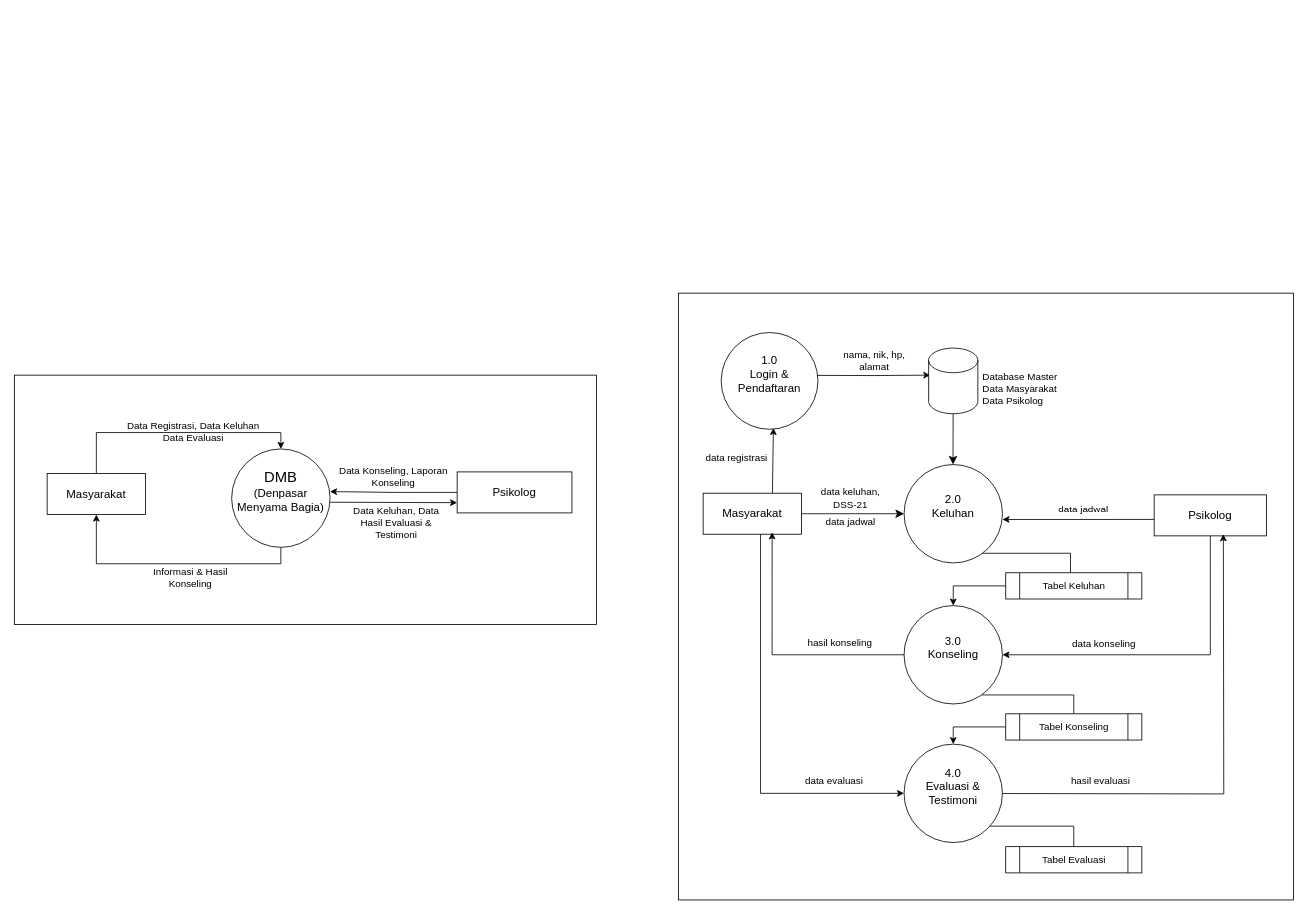
Above: env_designs/dfd_dmb.drawio in zeneight/drawio (draw.io), before the change. Source tidied: cells renumbered, new cells numbered last; positions are measured from the earlier drawing's top-left corner, leaving out a move shared by most shapes. Both pictures are drawn from the tidied source at 82%, with x=0, y=0 at pixel (14, 293).
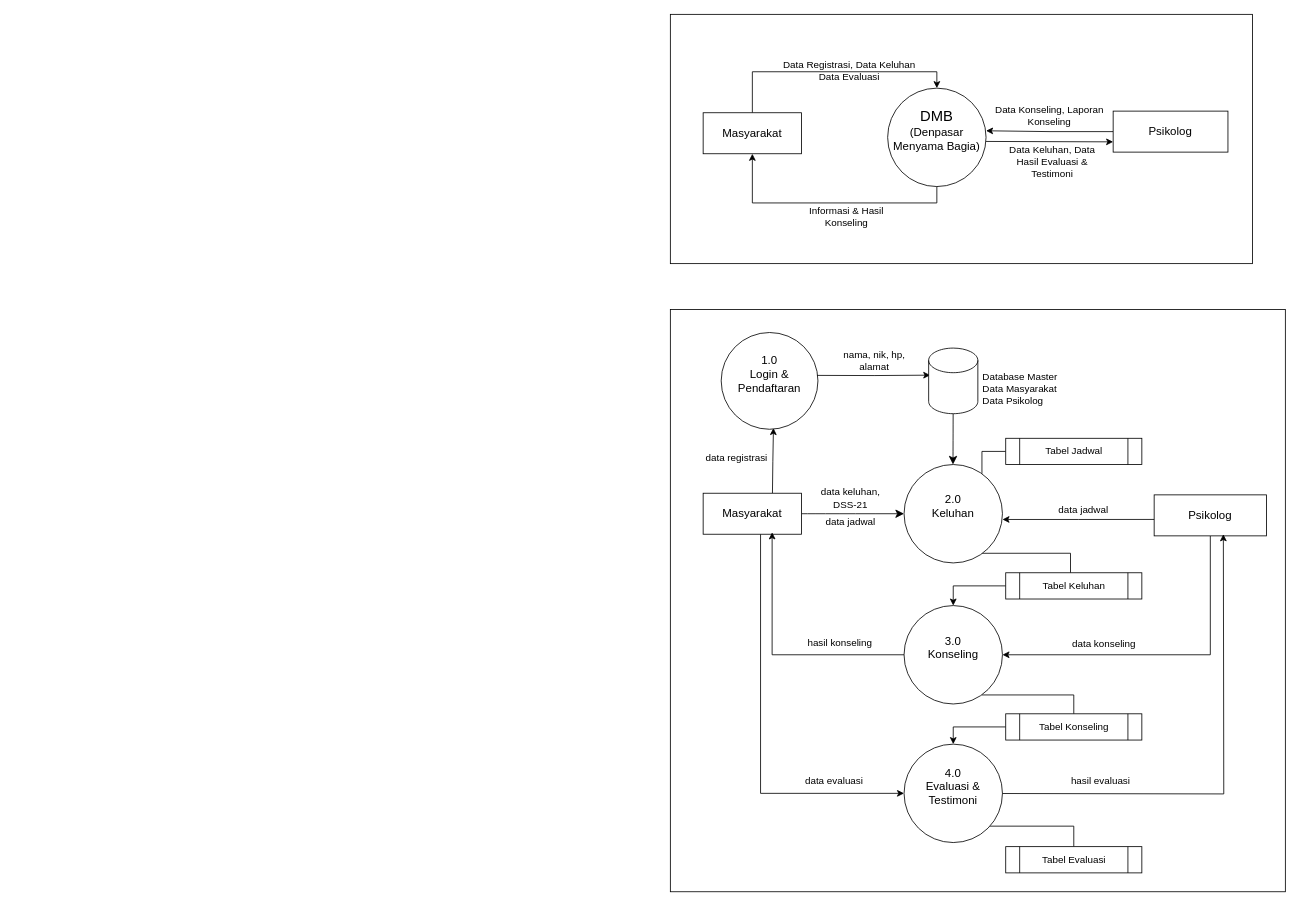
After the change.

The change refers to these unchanged cells:
```xml
<mxCell id="12" value="&lt;div style=&quot;font-size: 14px;&quot;&gt;2.0&lt;/div&gt;&lt;div&gt;Keluhan&lt;/div&gt;&lt;div&gt;&lt;br&gt;&lt;/div&gt;" style="ellipse;whiteSpace=wrap;html=1;fontSize=14;" parent="1" vertex="1">
  <mxGeometry x="1085" y="209" width="120" height="120" as="geometry" />
</mxCell>
```

What changed in the source:
```diff
@@
     <mxCell id="2" style="edgeStyle=orthogonalEdgeStyle;rounded=0;jettySize=auto;html=1;entryX=0.5;entryY=1;entryDx=0;entryDy=0;" parent="1" edge="1" source="4" target="6">
       <mxGeometry relative="1" as="geometry">
         <Array as="points">
-          <mxPoint x="325" y="330" />
-          <mxPoint x="100" y="330" />
+          <mxPoint x="1125" y="-110" />
+          <mxPoint x="900" y="-110" />
         </Array>
       </mxGeometry>
     </mxCell>
     <mxCell id="3" style="edgeStyle=orthogonalEdgeStyle;rounded=0;jettySize=auto;html=1;entryX=0;entryY=0.75;entryDx=0;entryDy=0;" parent="1" edge="1" target="25">
       <mxGeometry relative="1" as="geometry">
-        <mxPoint x="385" y="255" as="sourcePoint" />
+        <mxPoint x="1185" y="-185" as="sourcePoint" />
       </mxGeometry>
     </mxCell>
     <mxCell id="4" value="&lt;div&gt;&lt;font style=&quot;font-size: 18px;&quot;&gt;DMB&lt;/font&gt;&lt;/div&gt;&lt;div&gt;&lt;font style=&quot;font-size: 14px;&quot;&gt;(Denpasar Menyama Bagia)&lt;/font&gt;&lt;/div&gt;&lt;div&gt;&lt;font style=&quot;font-size: 14px;&quot;&gt;&lt;br&gt;&lt;/font&gt;&lt;/div&gt;" style="ellipse;whiteSpace=wrap;html=1;fontSize=14;" parent="1" vertex="1">
-      <mxGeometry x="265" y="190" width="120" height="120" as="geometry" />
+      <mxGeometry x="1065" y="-250" width="120" height="120" as="geometry" />
     </mxCell>
     <mxCell id="5" style="edgeStyle=orthogonalEdgeStyle;rounded=0;jettySize=auto;html=1;entryX=0.5;entryY=0;entryDx=0;entryDy=0;" parent="1" edge="1" source="6" target="4">
       <mxGeometry relative="1" as="geometry">
         <Array as="points">
-          <mxPoint x="100" y="170" />
-          <mxPoint x="325" y="170" />
+          <mxPoint x="900" y="-270" />
+          <mxPoint x="1125" y="-270" />
         </Array>
       </mxGeometry>
     </mxCell>
     <mxCell id="6" value="Masyarakat" style="rounded=0;whiteSpace=wrap;html=1;fontSize=14;" parent="1" vertex="1">
-      <mxGeometry x="40" y="220" width="120" height="50" as="geometry" />
+      <mxGeometry x="840" y="-220" width="120" height="50" as="geometry" />
     </mxCell>
     <mxCell id="7" value="Data Registrasi, Data Keluhan&lt;br&gt;Data Evaluasi" style="text;html=1;align=center;verticalAlign=middle;whiteSpace=wrap;rounded=0;fontSize=12;" parent="1" vertex="1">
-      <mxGeometry x="129" y="151" width="179" height="35" as="geometry" />
+      <mxGeometry x="929" y="-289" width="179" height="35" as="geometry" />
     </mxCell>
     <mxCell id="8" style="rounded=0;whiteSpace=wrap;html=1;fillColor=none;" parent="1" vertex="1">
-      <mxGeometry x="810" width="750" height="740" as="geometry" />
+      <mxGeometry x="800" y="20" width="750" height="710" as="geometry" />
     </mxCell>
@@
+    <mxCell id="52" style="edgeStyle=orthogonalEdgeStyle;rounded=0;jettySize=auto;html=1;entryX=0;entryY=0.5;entryDx=0;entryDy=0;endArrow=none;endFill=0;" parent="1" edge="1" source="12" target="53">
+      <mxGeometry relative="1" as="geometry">
+        <Array as="points">
+          <mxPoint x="1180" y="193" />
+        </Array>
+      </mxGeometry>
+    </mxCell>
@@
     <mxCell id="23" value="&lt;div&gt;Informasi &amp;amp; Hasil Konseling&lt;/div&gt;" style="text;html=1;align=center;verticalAlign=middle;whiteSpace=wrap;rounded=0;fontSize=12;" parent="1" vertex="1">
-      <mxGeometry x="145" y="332" width="140" height="30" as="geometry" />
+      <mxGeometry x="945" y="-108" width="140" height="30" as="geometry" />
     </mxCell>
     <mxCell id="24" style="edgeStyle=orthogonalEdgeStyle;rounded=0;jettySize=auto;html=1;exitX=0;exitY=0.5;exitDx=0;exitDy=0;" parent="1" edge="1" source="25">
       <mxGeometry relative="1" as="geometry">
-        <mxPoint x="385" y="242" as="targetPoint" />
+        <mxPoint x="1185" y="-198" as="targetPoint" />
       </mxGeometry>
     </mxCell>
     <mxCell id="25" value="Psikolog" style="rounded=0;whiteSpace=wrap;html=1;fontSize=14;" parent="1" vertex="1">
-      <mxGeometry x="540" y="218" width="140" height="50" as="geometry" />
+      <mxGeometry x="1340" y="-222" width="140" height="50" as="geometry" />
     </mxCell>
     <mxCell id="26" value="Data Keluhan, Data Hasil Evaluasi &amp;amp; Testimoni" style="text;html=1;align=center;verticalAlign=middle;whiteSpace=wrap;rounded=0;fontSize=12;" parent="1" vertex="1">
-      <mxGeometry x="409" y="259" width="114" height="42" as="geometry" />
+      <mxGeometry x="1209" y="-181" width="114" height="42" as="geometry" />
     </mxCell>
     <mxCell id="27" value="Data Konseling, Laporan Konseling" style="text;html=1;align=center;verticalAlign=middle;whiteSpace=wrap;rounded=0;fontSize=12;" parent="1" vertex="1">
-      <mxGeometry x="392" y="209" width="141" height="30" as="geometry" />
+      <mxGeometry x="1192" y="-231" width="141" height="30" as="geometry" />
     </mxCell>
@@
     <mxCell id="35" style="rounded=0;whiteSpace=wrap;html=1;fillColor=none;" parent="1" vertex="1">
-      <mxGeometry y="100" width="710" height="304" as="geometry" />
+      <mxGeometry x="800" y="-340" width="710" height="304" as="geometry" />
     </mxCell>
@@
+    <mxCell id="53" value="&lt;div&gt;Tabel Jadwal&lt;br&gt;&lt;/div&gt;" style="shape=process;whiteSpace=wrap;html=1;backgroundOutline=1;" parent="1" vertex="1">
+      <mxGeometry x="1209" y="177" width="166" height="32" as="geometry" />
+    </mxCell>
```
